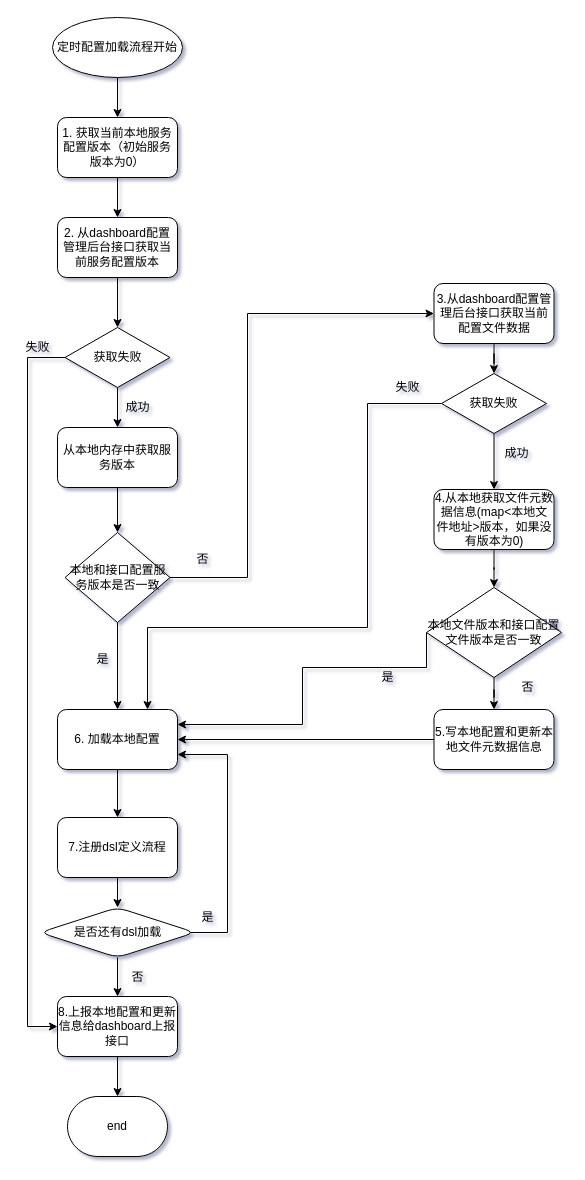
weedge/mypic keeps this draw.io diagram as confmg.drawio. Above is the earlier version. Source tidied: cells renumbered, new cells numbered last; positions are measured from the earlier drawing's top-left corner, leaving out a move shared by most shapes. Both pictures are drawn from the tidied source at 100%, with x=0, y=0 at pixel (17, 17).
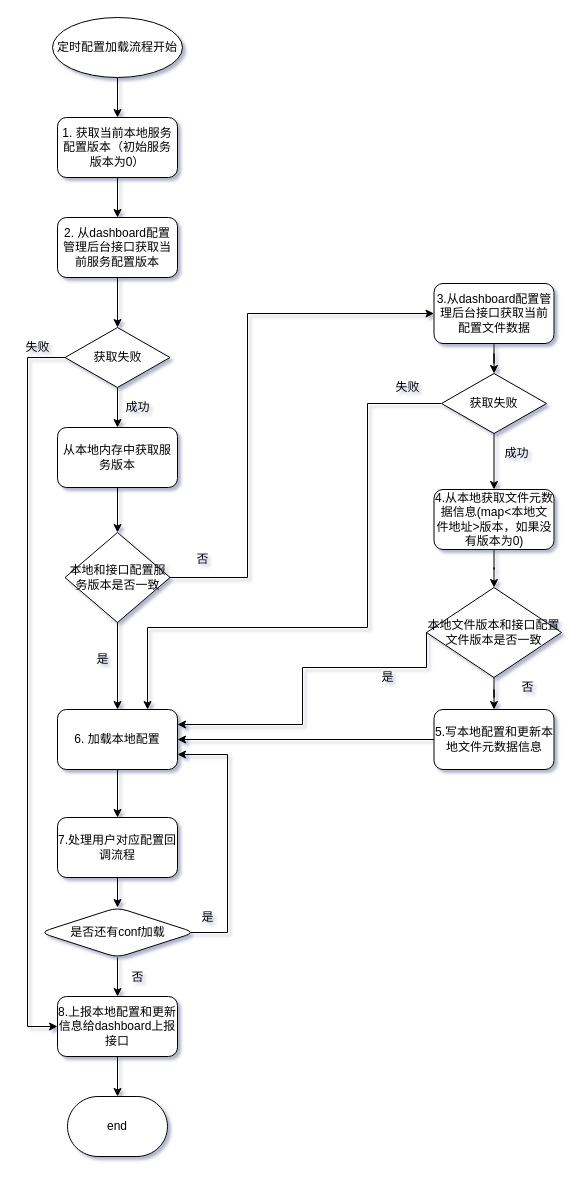
The same page after the edit.

What changed in the source:
```diff
@@
-    <mxCell id="17" value="7.注册dsl定义流程" style="rounded=1;whiteSpace=wrap;html=1;strokeWidth=1;" parent="1" vertex="1">
+    <mxCell id="17" value="7.处理用户对应配置回调流程" style="rounded=1;whiteSpace=wrap;html=1;strokeWidth=1;" parent="1" vertex="1">
       <mxGeometry x="40" y="800" width="120" height="60" as="geometry" />
     </mxCell>
@@
-    <mxCell id="44" value="是否还有dsl加载" style="rhombus;whiteSpace=wrap;html=1;rounded=1;strokeWidth=1;" parent="1" vertex="1">
+    <mxCell id="44" value="是否还有conf加载" style="rhombus;whiteSpace=wrap;html=1;rounded=1;strokeWidth=1;" parent="1" vertex="1">
       <mxGeometry x="22.5" y="890" width="155" height="50" as="geometry" />
     </mxCell>
```
